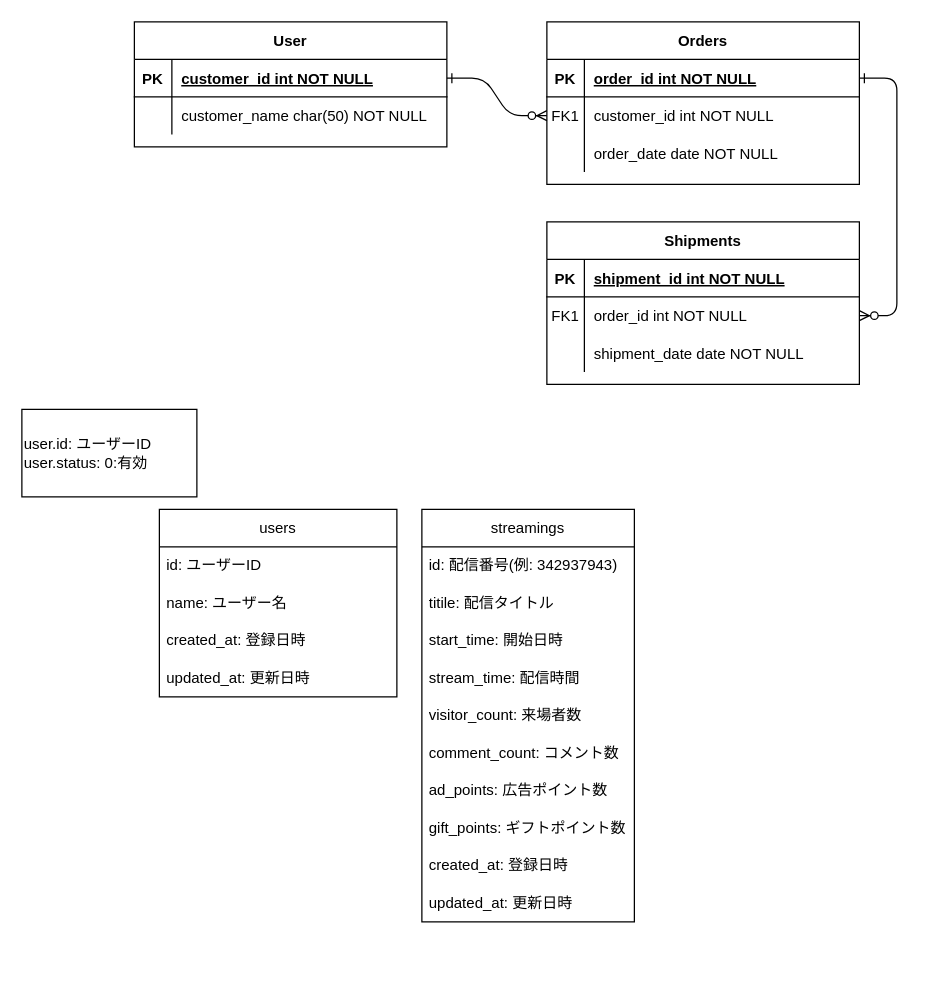
The draw.io diagram nicodb_ER.drawio in MASA20201203/nicodb-scraping, before the edit. Source tidied: cells renumbered, new cells numbered last; positions are measured from the earlier drawing's top-left corner, leaving out a move shared by most shapes. Both pictures are drawn from the tidied source at 125%, with x=0, y=0 at pixel (21, 21).
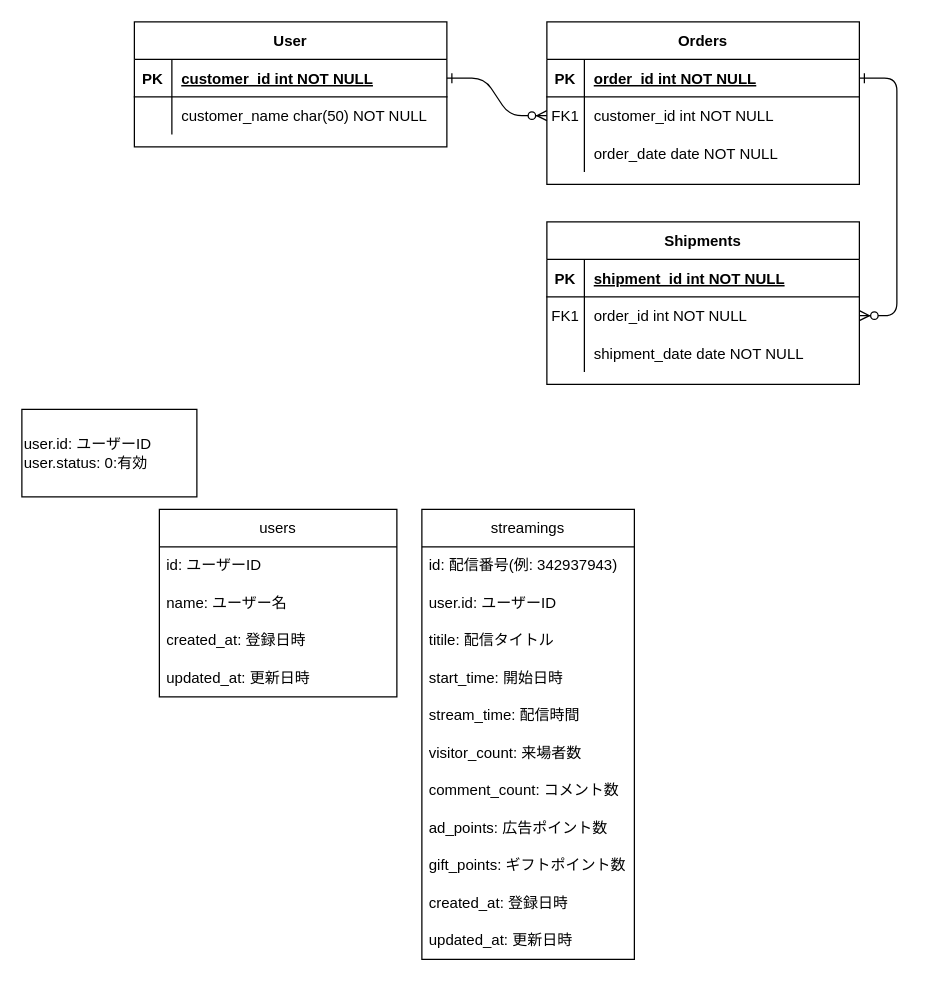
Above is the later version.

Commit message (it also covers changes not shown here):
#3 usersテーブルとstreamingsテーブルを関連付けるために、streamingsテーブルにuser.idを追加

What changed in the source:
```diff
@@
     <mxCell id="37" value="streamings" style="swimlane;fontStyle=0;horizontal=1;startSize=30;whiteSpace=wrap;html=1;" parent="1" vertex="1">
-      <mxGeometry x="320" y="390" width="170" height="330" as="geometry" />
+      <mxGeometry x="320" y="390" width="170" height="360" as="geometry" />
     </mxCell>
@@
+    <mxCell id="48" value="user.id: ユーザーID" style="text;strokeColor=none;fillColor=none;align=left;verticalAlign=middle;spacingLeft=4;spacingRight=4;overflow=hidden;whiteSpace=wrap;html=1;" parent="37" vertex="1">
+      <mxGeometry y="60" width="170" height="30" as="geometry" />
+    </mxCell>
     <mxCell id="39" value="titile: 配信タイトル" style="text;strokeColor=none;fillColor=none;align=left;verticalAlign=middle;spacingLeft=4;spacingRight=4;overflow=hidden;whiteSpace=wrap;html=1;" parent="37" vertex="1">
-      <mxGeometry y="60" width="170" height="30" as="geometry" />
+      <mxGeometry y="90" width="170" height="30" as="geometry" />
     </mxCell>
     <mxCell id="40" value="start_time: 開始日時" style="text;strokeColor=none;fillColor=none;align=left;verticalAlign=middle;spacingLeft=4;spacingRight=4;overflow=hidden;whiteSpace=wrap;html=1;" parent="37" vertex="1">
-      <mxGeometry y="90" width="170" height="30" as="geometry" />
+      <mxGeometry y="120" width="170" height="30" as="geometry" />
     </mxCell>
     <mxCell id="41" value="stream_time: 配信時間" style="text;strokeColor=none;fillColor=none;align=left;verticalAlign=middle;spacingLeft=4;spacingRight=4;overflow=hidden;whiteSpace=wrap;html=1;" parent="37" vertex="1">
-      <mxGeometry y="120" width="170" height="30" as="geometry" />
+      <mxGeometry y="150" width="170" height="30" as="geometry" />
     </mxCell>
     <mxCell id="42" value="visitor_count: 来場者数" style="text;strokeColor=none;fillColor=none;align=left;verticalAlign=middle;spacingLeft=4;spacingRight=4;overflow=hidden;whiteSpace=wrap;html=1;" parent="37" vertex="1">
-      <mxGeometry y="150" width="170" height="30" as="geometry" />
+      <mxGeometry y="180" width="170" height="30" as="geometry" />
     </mxCell>
     <mxCell id="43" value="comment_count: コメント数" style="text;strokeColor=none;fillColor=none;align=left;verticalAlign=middle;spacingLeft=4;spacingRight=4;overflow=hidden;whiteSpace=wrap;html=1;" parent="37" vertex="1">
-      <mxGeometry y="180" width="170" height="30" as="geometry" />
+      <mxGeometry y="210" width="170" height="30" as="geometry" />
     </mxCell>
     <mxCell id="44" value="ad_points: 広告ポイント数" style="text;strokeColor=none;fillColor=none;align=left;verticalAlign=middle;spacingLeft=4;spacingRight=4;overflow=hidden;whiteSpace=wrap;html=1;" parent="37" vertex="1">
-      <mxGeometry y="210" width="170" height="30" as="geometry" />
+      <mxGeometry y="240" width="170" height="30" as="geometry" />
     </mxCell>
     <mxCell id="45" value="gift_points: ギフトポイント数" style="text;strokeColor=none;fillColor=none;align=left;verticalAlign=middle;spacingLeft=4;spacingRight=4;overflow=hidden;whiteSpace=wrap;html=1;" parent="37" vertex="1">
-      <mxGeometry y="240" width="170" height="30" as="geometry" />
+      <mxGeometry y="270" width="170" height="30" as="geometry" />
     </mxCell>
     <mxCell id="46" value="created_at: 登録日時" style="text;strokeColor=none;fillColor=none;align=left;verticalAlign=middle;spacingLeft=4;spacingRight=4;overflow=hidden;whiteSpace=wrap;html=1;" parent="37" vertex="1">
-      <mxGeometry y="270" width="170" height="30" as="geometry" />
+      <mxGeometry y="300" width="170" height="30" as="geometry" />
     </mxCell>
     <mxCell id="47" value="updated_at: 更新日時" style="text;strokeColor=none;fillColor=none;align=left;verticalAlign=middle;spacingLeft=4;spacingRight=4;overflow=hidden;whiteSpace=wrap;html=1;" parent="37" vertex="1">
-      <mxGeometry y="300" width="170" height="30" as="geometry" />
+      <mxGeometry y="330" width="170" height="30" as="geometry" />
     </mxCell>
```
